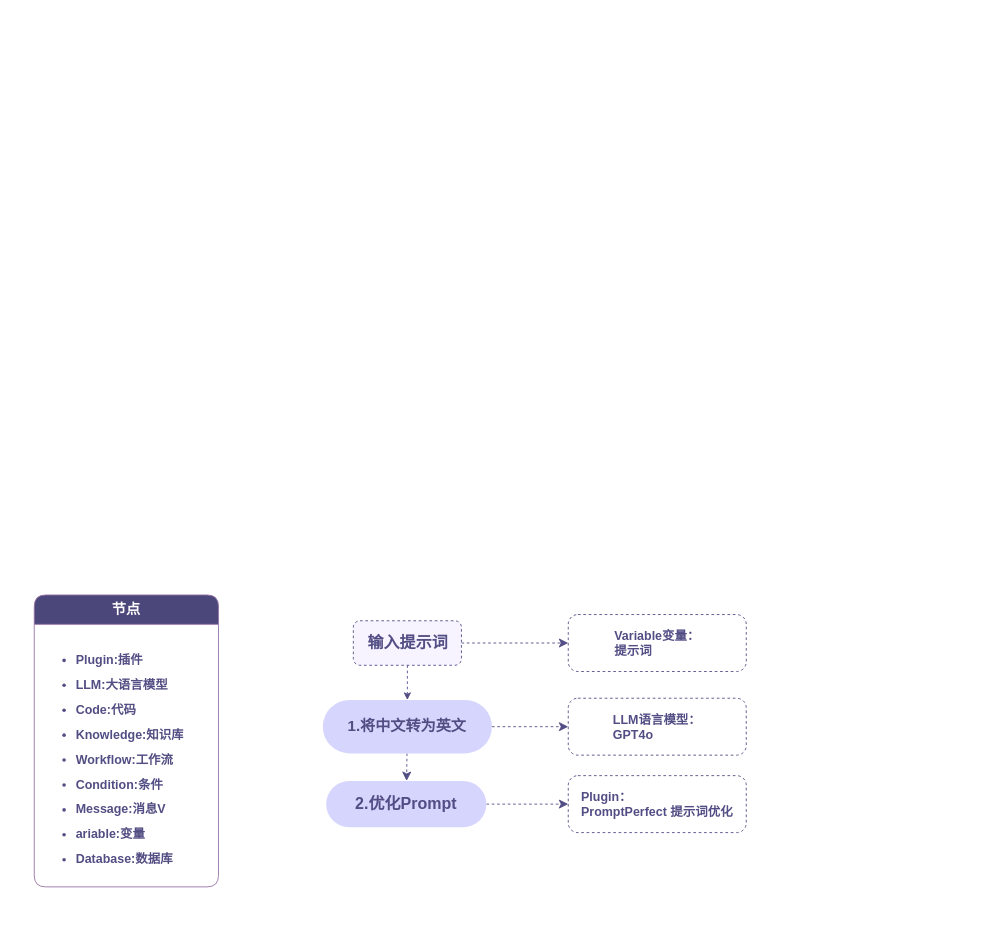
The draw.io diagram coze.drawio in 1963775891/Baize-Notes, before the edit. Source tidied: cells renumbered, new cells numbered last; positions are measured from the earlier drawing's top-left corner, leaving out a move shared by most shapes. Both pictures are drawn from the tidied source at 89%, with x=0, y=0 at pixel (34, 595).
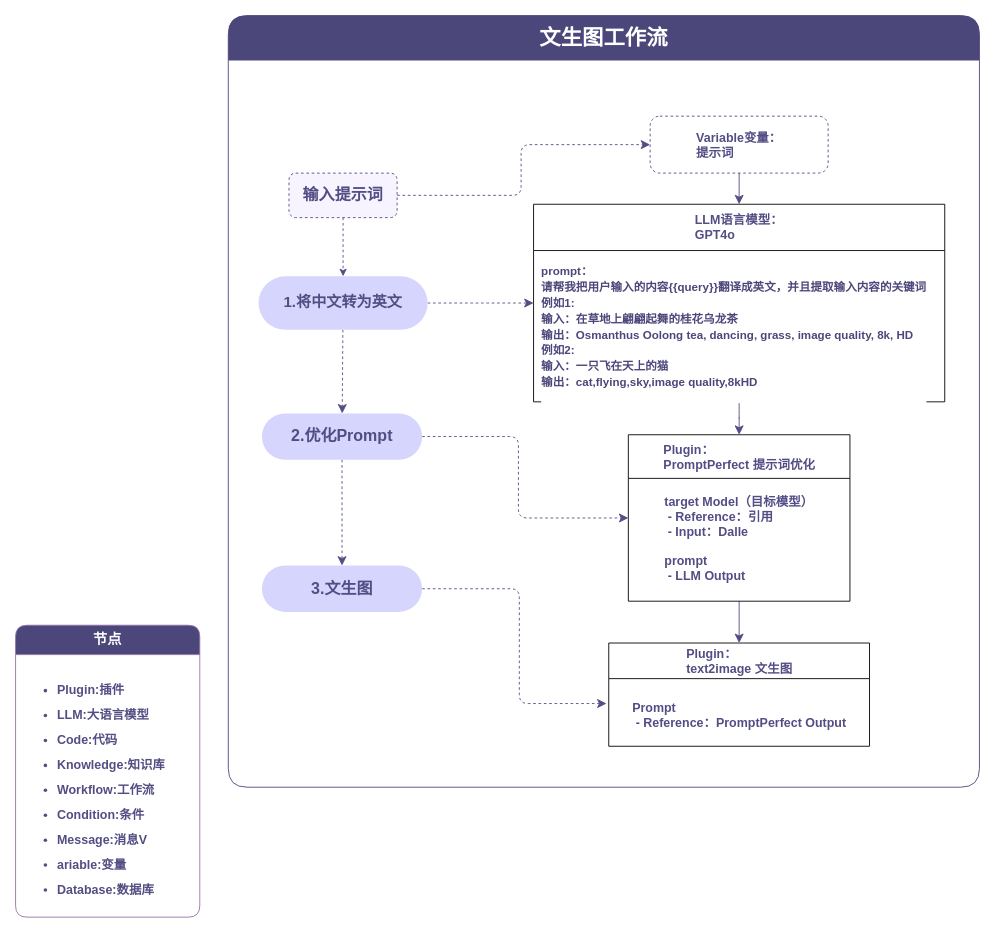
After the change.

What changed in the source:
```diff
@@
-    <mxCell id="3" style="edgeStyle=none;shape=connector;curved=0;rounded=1;jettySize=auto;html=1;exitX=1;exitY=0.5;exitDx=0;exitDy=0;entryX=0;entryY=0.5;entryDx=0;entryDy=0;dashed=1;strokeColor=#524d84;align=center;verticalAlign=middle;fontFamily=Helvetica;fontSize=12;fontColor=default;labelBackgroundColor=default;startSize=8;endArrow=classic;endFill=1;endSize=8;" parent="1" edge="1" source="4" target="10">
-      <mxGeometry relative="1" as="geometry" />
+    <mxCell id="3" style="edgeStyle=orthogonalEdgeStyle;shape=connector;rounded=1;jettySize=auto;html=1;exitX=1;exitY=0.5;exitDx=0;exitDy=0;entryX=0;entryY=0.5;entryDx=0;entryDy=0;dashed=1;strokeColor=#524d84;align=center;verticalAlign=middle;fontFamily=Helvetica;fontSize=12;fontColor=default;labelBackgroundColor=default;startSize=8;endArrow=classic;endFill=1;endSize=8;" parent="1" edge="1" source="4" target="10">
+      <mxGeometry relative="1" as="geometry">
+        <Array as="points">
+          <mxPoint x="547" y="-449" />
+          <mxPoint x="547" y="-506" />
+        </Array>
+      </mxGeometry>
     </mxCell>
     <mxCell id="4" value="&lt;div style=&quot;line-height: 1.3; font-family: &amp;quot;Chiron Sans HK Pro&amp;quot;; vertical-align: middle; color: rgb(82, 77, 132); font-size: 18px; font-weight: bold;&quot;&gt;&lt;p&gt;&lt;span style=&quot;background-image: initial; background-position: initial; background-size: initial; background-repeat: initial; background-attachment: initial; background-origin: initial; background-clip: initial;&quot;&gt;输入提示词&lt;/span&gt;&lt;/p&gt;&lt;/div&gt;" style="rounded=1;whiteSpace=wrap;html=1;fillColor=#f7f4ff;strokeColor=#524d83;fontColor=#333333;dashed=1;" parent="1" vertex="1">
-      <mxGeometry x="358.5" y="29" width="121.5" height="50" as="geometry" />
+      <mxGeometry x="286.2" y="-474" width="121.5" height="50" as="geometry" />
     </mxCell>
@@
-    <mxCell id="6" style="edgeStyle=none;shape=connector;curved=0;rounded=1;jettySize=auto;html=1;exitX=1;exitY=0.5;exitDx=0;exitDy=0;entryX=0;entryY=0.5;entryDx=0;entryDy=0;dashed=1;strokeColor=#524d84;align=center;verticalAlign=middle;fontFamily=Helvetica;fontSize=12;fontColor=default;labelBackgroundColor=default;startSize=8;endArrow=classic;endFill=1;endSize=8;" parent="1" edge="1" source="7" target="11">
-      <mxGeometry relative="1" as="geometry" />
-    </mxCell>
+    <mxCell id="16" style="edgeStyle=orthogonalEdgeStyle;shape=connector;rounded=1;jettySize=auto;html=1;exitX=1;exitY=0.5;exitDx=0;exitDy=0;entryX=0;entryY=0.5;entryDx=0;entryDy=0;dashed=1;strokeColor=#524d84;align=center;verticalAlign=middle;fontFamily=Helvetica;fontSize=12;fontColor=default;labelBackgroundColor=default;startSize=8;endArrow=classic;endFill=1;endSize=8;" parent="1" edge="1" source="7" target="21">
+      <mxGeometry relative="1" as="geometry">
+        <Array as="points">
+          <mxPoint x="501" y="-328" />
+          <mxPoint x="501" y="-328" />
+        </Array>
+      </mxGeometry>
+    </mxCell>
     <mxCell id="7" value="&lt;div style=&quot;line-height: 1.3; font-family: &amp;quot;Chiron Sans HK Pro&amp;quot;; vertical-align: middle; font-size: 17px;&quot;&gt;&lt;p style=&quot;font-size: 17px;&quot;&gt;1.将中文转为英文&lt;/p&gt;&lt;/div&gt;" style="rounded=1;whiteSpace=wrap;html=1;fillColor=#d6d5fd;strokeColor=none;arcSize=50;fontColor=#524d83;fontStyle=1;fontSize=17;" parent="1" vertex="1">
-      <mxGeometry x="324.2" y="118" width="190" height="60" as="geometry" />
+      <mxGeometry x="252" y="-358" width="190" height="60" as="geometry" />
     </mxCell>
-    <mxCell id="8" style="edgeStyle=none;shape=connector;curved=0;rounded=1;jettySize=auto;html=1;exitX=1;exitY=0.5;exitDx=0;exitDy=0;entryX=0;entryY=0.5;entryDx=0;entryDy=0;dashed=1;strokeColor=#524d84;align=center;verticalAlign=middle;fontFamily=Helvetica;fontSize=12;fontColor=default;labelBackgroundColor=default;startSize=8;endArrow=classic;endFill=1;endSize=8;" parent="1" edge="1" source="9" target="12">
-      <mxGeometry relative="1" as="geometry" />
-    </mxCell>
+    <mxCell id="17" style="edgeStyle=orthogonalEdgeStyle;shape=connector;rounded=1;jettySize=auto;html=1;dashed=1;strokeColor=#524d84;align=center;verticalAlign=middle;fontFamily=Helvetica;fontSize=12;fontColor=default;labelBackgroundColor=default;startSize=8;endArrow=classic;endFill=1;endSize=8;" parent="1" edge="1" source="9" target="25">
+      <mxGeometry relative="1" as="geometry" />
+    </mxCell>
+    <mxCell id="18" style="edgeStyle=orthogonalEdgeStyle;shape=connector;rounded=1;jettySize=auto;html=1;exitX=1;exitY=0.5;exitDx=0;exitDy=0;entryX=0;entryY=0.5;entryDx=0;entryDy=0;dashed=1;strokeColor=#524d84;align=center;verticalAlign=middle;fontFamily=Helvetica;fontSize=12;fontColor=default;labelBackgroundColor=default;startSize=8;endArrow=classic;endFill=1;endSize=8;" parent="1" edge="1" source="9" target="23">
+      <mxGeometry relative="1" as="geometry">
+        <Array as="points">
+          <mxPoint x="544" y="-178" />
+          <mxPoint x="544" y="-86" />
+        </Array>
+      </mxGeometry>
+    </mxCell>
     <mxCell id="9" value="&lt;div style=&quot;line-height: 1.3; font-family: &amp;quot;Chiron Sans HK Pro&amp;quot;; vertical-align: middle; color: rgb(82, 77, 132); font-size: 18px; font-weight: bold;&quot;&gt;&lt;div style=&quot;line-height: 1.3; vertical-align: middle;&quot;&gt;&lt;p&gt;2.优化Prompt&lt;/p&gt;&lt;/div&gt;&lt;/div&gt;" style="rounded=1;whiteSpace=wrap;html=1;fillColor=#d6d5fd;strokeColor=none;arcSize=50;align=center;verticalAlign=middle;fontFamily=Helvetica;fontSize=17;fontColor=#524d83;fontStyle=1;" parent="1" vertex="1">
-      <mxGeometry x="328" y="209" width="180" height="52" as="geometry" />
+      <mxGeometry x="255.8" y="-204" width="180" height="52" as="geometry" />
     </mxCell>
+    <mxCell id="19" style="shape=connector;rounded=1;jettySize=auto;html=1;exitX=0.5;exitY=1;exitDx=0;exitDy=0;entryX=0.5;entryY=0;entryDx=0;entryDy=0;strokeColor=#524d84;align=center;verticalAlign=middle;fontFamily=Helvetica;fontSize=12;fontColor=default;labelBackgroundColor=default;startSize=8;endArrow=classic;endFill=1;endSize=8;" parent="1" edge="1" source="10" target="21">
+      <mxGeometry relative="1" as="geometry" />
+    </mxCell>
     <mxCell id="10" value="&lt;div style=&quot;line-height: 20%; vertical-align: top; color: rgb(82, 77, 132); font-size: 14px; font-weight: bold;&quot;&gt;&lt;p style=&quot;text-align: justify; line-height: 20%; font-size: 14px;&quot;&gt;&lt;font style=&quot;font-size: 14px;&quot; face=&quot;Helvetica&quot;&gt;Variable变量：&lt;/font&gt;&lt;/p&gt;&lt;p style=&quot;text-align: justify; line-height: 20%; font-size: 14px;&quot;&gt;&lt;font style=&quot;font-size: 14px;&quot; face=&quot;aLDYF8aHoTCgzbLq1X3a&quot;&gt;提示词&lt;/font&gt;&lt;/p&gt;&lt;/div&gt;" style="rounded=1;whiteSpace=wrap;html=1;fontFamily=Helvetica;fontSize=14;fontColor=default;labelBackgroundColor=default;strokeColor=#524d84;dashed=1;strokeWidth=1;spacing=0;align=center;arcSize=17;" parent="1" vertex="1">
-      <mxGeometry x="600" y="22" width="200" height="64" as="geometry" />
+      <mxGeometry x="692" y="-538" width="200" height="64" as="geometry" />
     </mxCell>
-    <mxCell id="11" value="&lt;div style=&quot;line-height: 20%; vertical-align: top; color: rgb(82, 77, 132); font-weight: bold;&quot;&gt;&lt;div style=&quot;line-height: 20%; font-family: &amp;quot;Chiron Sans HK Pro&amp;quot;; text-align: left; vertical-align: middle;&quot;&gt;&lt;p style=&quot;line-height: 20%;&quot;&gt;LLM语言模型：&lt;/p&gt;&lt;p style=&quot;line-height: 20%;&quot;&gt;GPT4o&lt;/p&gt;&lt;/div&gt;&lt;/div&gt;" style="rounded=1;whiteSpace=wrap;html=1;fontFamily=Helvetica;fontSize=14;fontColor=default;labelBackgroundColor=default;strokeColor=#524d84;dashed=1;strokeWidth=1;spacing=0;align=center;arcSize=17;verticalAlign=middle;fillColor=default;" parent="1" vertex="1">
-      <mxGeometry x="600" y="116" width="200" height="64" as="geometry" />
-    </mxCell>
-    <mxCell id="12" value="&lt;div style=&quot;line-height: 20%; vertical-align: top; color: rgb(82, 77, 132); font-weight: bold;&quot;&gt;&lt;div style=&quot;line-height: 20%; font-family: &amp;quot;Chiron Sans HK Pro&amp;quot;; text-align: left; vertical-align: middle;&quot;&gt;&lt;div style=&quot;line-height: 20%; vertical-align: middle;&quot;&gt;&lt;p style=&quot;line-height: 20%;&quot;&gt;Plugin：&lt;/p&gt;&lt;p style=&quot;line-height: 20%;&quot;&gt;PromptPerfect 提示词优化&lt;/p&gt;&lt;/div&gt;&lt;/div&gt;&lt;/div&gt;" style="rounded=1;whiteSpace=wrap;html=1;fontFamily=Helvetica;fontSize=14;fontColor=default;labelBackgroundColor=default;strokeColor=#524d84;dashed=1;strokeWidth=1;spacing=0;align=center;arcSize=17;verticalAlign=middle;fillColor=default;" parent="1" vertex="1">
-      <mxGeometry x="600" y="203" width="200" height="64" as="geometry" />
-    </mxCell>
     <mxCell id="13" value="&lt;div style=&quot;line-height: 90%; font-family: &amp;quot;Chiron Sans HK Pro&amp;quot;; text-align: left; vertical-align: top;&quot;&gt;&lt;p style=&quot;line-height: 90%;&quot;&gt;&lt;font style=&quot;font-size: 16px;&quot;&gt;节点&lt;/font&gt;&lt;/p&gt;&lt;/div&gt;" style="swimlane;whiteSpace=wrap;html=1;fontFamily=Helvetica;fontSize=12;labelBackgroundColor=none;startSize=33;labelBorderColor=none;strokeColor=#9673a6;fillColor=#4c477a;fontColor=#ffffff;rounded=1;arcSize=13;" parent="1" vertex="1">
-      <mxGeometry width="207" height="328" as="geometry" />
+      <mxGeometry x="-21" y="34" width="207" height="328" as="geometry" />
     </mxCell>
@@
+    <mxCell id="20" style="edgeStyle=orthogonalEdgeStyle;shape=connector;rounded=1;jettySize=auto;html=1;entryX=0.5;entryY=0;entryDx=0;entryDy=0;strokeColor=#524d84;align=center;verticalAlign=middle;fontFamily=Helvetica;fontSize=12;fontColor=default;labelBackgroundColor=default;startSize=8;endArrow=classic;endFill=1;endSize=8;" parent="1" edge="1" source="21" target="23">
+      <mxGeometry relative="1" as="geometry" />
+    </mxCell>
+    <mxCell id="21" value="&lt;p style=&quot;color: rgb(82, 77, 132); font-family: &amp;quot;Chiron Sans HK Pro&amp;quot;; font-size: 14px; text-align: left; line-height: 2.8px;&quot;&gt;LLM语言模型：&lt;/p&gt;&lt;p style=&quot;color: rgb(82, 77, 132); font-family: &amp;quot;Chiron Sans HK Pro&amp;quot;; font-size: 14px; text-align: left; line-height: 2.8px;&quot;&gt;GPT4o&lt;/p&gt;" style="swimlane;whiteSpace=wrap;html=1;fontFamily=Helvetica;fontSize=12;fontColor=default;labelBackgroundColor=none;startSize=52;fillColor=none;" parent="1" vertex="1">
+      <mxGeometry x="561" y="-439" width="462" height="222" as="geometry" />
+    </mxCell>
+    <mxCell id="11" value="&lt;div style=&quot;line-height: 20%; vertical-align: top;&quot;&gt;&lt;div style=&quot;line-height: 130%; vertical-align: middle;&quot;&gt;&lt;pre style=&quot;line-height: 130%;&quot;&gt;&lt;font face=&quot;Helvetica&quot; style=&quot;&quot;&gt;&lt;b style=&quot;font-size: 13px;&quot;&gt;prompt：&lt;br style=&quot;font-size: 13px;&quot;&gt;请帮我把用户输入的内容{{query}}翻译成英文，并且提取输入内容的关键词&lt;br style=&quot;font-size: 13px;&quot;&gt;例如1:&lt;br style=&quot;font-size: 13px;&quot;&gt;输入：&lt;/b&gt;&lt;b&gt;在草地上翩翩起舞的桂花乌龙茶&lt;/b&gt;&lt;b style=&quot;font-size: 13px;&quot;&gt;&lt;br style=&quot;font-size: 13px;&quot;&gt;输出：&lt;/b&gt;&lt;b&gt;Osmanthus Oolong tea, dancing, grass, image quality, 8k, HD&lt;/b&gt;&lt;b style=&quot;font-size: 13px;&quot;&gt;&lt;br style=&quot;font-size: 13px;&quot;&gt;例如2:&lt;br style=&quot;font-size: 13px;&quot;&gt;输入：一只飞在天上的猫&lt;br style=&quot;font-size: 13px;&quot;&gt;输出：cat,flying,sky,image quality,8kHD&lt;/b&gt;&lt;/font&gt;&lt;/pre&gt;&lt;/div&gt;&lt;/div&gt;" style="rounded=0;html=1;fontFamily=Helvetica;fontSize=13;fontColor=#4c477a;labelBackgroundColor=default;strokeColor=none;dashed=1;strokeWidth=1;spacing=0;align=left;arcSize=0;verticalAlign=middle;fillColor=none;whiteSpace=wrap;horizontal=1;" parent="21" vertex="1">
+      <mxGeometry x="9" y="63" width="444" height="152" as="geometry" />
+    </mxCell>
+    <mxCell id="22" style="edgeStyle=orthogonalEdgeStyle;shape=connector;rounded=1;jettySize=auto;html=1;exitX=0.5;exitY=1;exitDx=0;exitDy=0;entryX=0.5;entryY=0;entryDx=0;entryDy=0;strokeColor=#524d84;align=center;verticalAlign=middle;fontFamily=Helvetica;fontSize=12;fontColor=default;labelBackgroundColor=default;startSize=8;endArrow=classic;endFill=1;endSize=8;" parent="1" edge="1" source="23" target="26">
+      <mxGeometry relative="1" as="geometry" />
+    </mxCell>
+    <mxCell id="23" value="&lt;p style=&quot;color: rgb(82, 77, 132); font-family: &amp;quot;Chiron Sans HK Pro&amp;quot;; font-size: 14px; text-align: left; line-height: 2.8px;&quot;&gt;Plugin：&lt;/p&gt;&lt;p style=&quot;color: rgb(82, 77, 132); font-family: &amp;quot;Chiron Sans HK Pro&amp;quot;; font-size: 14px; text-align: left; line-height: 2.8px;&quot;&gt;PromptPerfect 提示词优化&lt;/p&gt;" style="swimlane;whiteSpace=wrap;html=1;fontFamily=Helvetica;fontSize=12;fontColor=default;labelBackgroundColor=none;startSize=49;" parent="1" vertex="1">
+      <mxGeometry x="667.5" y="-180" width="249" height="187" as="geometry" />
+    </mxCell>
+    <mxCell id="12" value="&lt;div style=&quot;line-height: 20%; vertical-align: top;&quot;&gt;&lt;div style=&quot;line-height: 20%; text-align: left; vertical-align: middle;&quot;&gt;&lt;div style=&quot;line-height: 20%; vertical-align: middle;&quot;&gt;&lt;p style=&quot;line-height: 20%;&quot;&gt;&lt;font face=&quot;Chiron Sans HK Pro&quot; color=&quot;#524d84&quot;&gt;&lt;b&gt;target Model（目标模型）&lt;/b&gt;&lt;/font&gt;&lt;/p&gt;&lt;p style=&quot;line-height: 20%;&quot;&gt;&lt;font face=&quot;Chiron Sans HK Pro&quot; color=&quot;#524d84&quot;&gt;&lt;b&gt;&amp;nbsp;- Reference：引用&lt;/b&gt;&lt;/font&gt;&lt;/p&gt;&lt;p style=&quot;line-height: 20%;&quot;&gt;&lt;font face=&quot;Chiron Sans HK Pro&quot; color=&quot;#524d84&quot;&gt;&lt;b&gt;&amp;nbsp;- Input：Dalle&lt;/b&gt;&lt;/font&gt;&lt;/p&gt;&lt;p style=&quot;line-height: 20%;&quot;&gt;&lt;font face=&quot;Chiron Sans HK Pro&quot; color=&quot;#524d84&quot;&gt;&lt;b&gt;&lt;br&gt;&lt;/b&gt;&lt;/font&gt;&lt;/p&gt;&lt;p style=&quot;line-height: 20%;&quot;&gt;&lt;font face=&quot;Chiron Sans HK Pro&quot; color=&quot;#524d84&quot;&gt;&lt;b&gt;prompt&lt;/b&gt;&lt;/font&gt;&lt;/p&gt;&lt;p style=&quot;line-height: 20%;&quot;&gt;&lt;font face=&quot;Chiron Sans HK Pro&quot; color=&quot;#524d84&quot;&gt;&lt;b&gt;&amp;nbsp;- LLM Output&lt;/b&gt;&lt;/font&gt;&lt;/p&gt;&lt;/div&gt;&lt;/div&gt;&lt;/div&gt;" style="rounded=1;whiteSpace=wrap;html=1;fontFamily=Helvetica;fontSize=14;fontColor=default;labelBackgroundColor=default;strokeColor=none;dashed=1;strokeWidth=1;spacing=0;align=center;arcSize=17;verticalAlign=middle;fillColor=none;" parent="23" vertex="1">
+      <mxGeometry x="24.5" y="58" width="200" height="118" as="geometry" />
+    </mxCell>
+    <mxCell id="24" style="edgeStyle=orthogonalEdgeStyle;shape=connector;rounded=1;jettySize=auto;html=1;exitX=1;exitY=0.5;exitDx=0;exitDy=0;dashed=1;strokeColor=#524d84;align=center;verticalAlign=middle;fontFamily=Helvetica;fontSize=12;fontColor=default;labelBackgroundColor=default;startSize=8;endArrow=classic;endFill=1;endSize=8;" parent="1" edge="1" source="25">
+      <mxGeometry relative="1" as="geometry">
+        <mxPoint x="643" y="122" as="targetPoint" />
+        <Array as="points">
+          <mxPoint x="545" y="-7" />
+          <mxPoint x="545" y="122" />
+        </Array>
+      </mxGeometry>
+    </mxCell>
+    <mxCell id="25" value="&lt;div style=&quot;line-height: 1.3; font-family: &amp;quot;Chiron Sans HK Pro&amp;quot;; vertical-align: middle; color: rgb(82, 77, 132); font-size: 18px; font-weight: bold;&quot;&gt;&lt;div style=&quot;line-height: 1.3; vertical-align: middle;&quot;&gt;&lt;p&gt;3.文生图&lt;/p&gt;&lt;/div&gt;&lt;/div&gt;" style="rounded=1;whiteSpace=wrap;html=1;fillColor=#d6d5fd;strokeColor=none;arcSize=50;align=center;verticalAlign=middle;fontFamily=Helvetica;fontSize=17;fontColor=#524d83;fontStyle=1;" parent="1" vertex="1">
+      <mxGeometry x="255.8" y="-33" width="180" height="52" as="geometry" />
+    </mxCell>
+    <mxCell id="26" value="&lt;p style=&quot;color: rgb(82, 77, 132); font-family: &amp;quot;Chiron Sans HK Pro&amp;quot;; font-size: 14px; text-align: left; line-height: 2.8px;&quot;&gt;Plugin：&lt;/p&gt;&lt;p style=&quot;color: rgb(82, 77, 132); font-family: &amp;quot;Chiron Sans HK Pro&amp;quot;; font-size: 14px; text-align: left; line-height: 2.8px;&quot;&gt;text2image 文生图&lt;/p&gt;" style="swimlane;whiteSpace=wrap;html=1;fontFamily=Helvetica;fontSize=12;fontColor=default;labelBackgroundColor=none;startSize=40;" parent="1" vertex="1">
+      <mxGeometry x="645.5" y="54" width="293" height="116" as="geometry" />
+    </mxCell>
+    <mxCell id="27" value="&lt;div style=&quot;line-height: 20%; vertical-align: top;&quot;&gt;&lt;div style=&quot;line-height: 20%; text-align: left; vertical-align: middle;&quot;&gt;&lt;div style=&quot;line-height: 20%; vertical-align: middle;&quot;&gt;&lt;p style=&quot;line-height: 20%;&quot;&gt;&lt;font face=&quot;Chiron Sans HK Pro&quot; color=&quot;#524d84&quot;&gt;&lt;b&gt;Prompt&lt;/b&gt;&lt;/font&gt;&lt;/p&gt;&lt;p style=&quot;line-height: 20%;&quot;&gt;&lt;font face=&quot;Chiron Sans HK Pro&quot; color=&quot;#524d84&quot;&gt;&lt;b&gt;&amp;nbsp;- Reference：&lt;/b&gt;&lt;/font&gt;&lt;span style=&quot;color: rgb(82, 77, 132); font-family: &amp;quot;Chiron Sans HK Pro&amp;quot;; font-weight: 700;&quot;&gt;PromptPerfect&amp;nbsp;&lt;/span&gt;&lt;b style=&quot;color: rgb(82, 77, 132); font-family: &amp;quot;Chiron Sans HK Pro&amp;quot;;&quot;&gt;Output&lt;/b&gt;&lt;/p&gt;&lt;/div&gt;&lt;/div&gt;&lt;/div&gt;" style="rounded=1;whiteSpace=wrap;html=1;fontFamily=Helvetica;fontSize=14;fontColor=default;labelBackgroundColor=default;strokeColor=none;dashed=1;strokeWidth=1;spacing=0;align=center;arcSize=17;verticalAlign=middle;fillColor=none;" parent="26" vertex="1">
+      <mxGeometry x="9" y="54" width="275" height="54" as="geometry" />
+    </mxCell>
+    <mxCell id="28" value="文生图工作流" style="swimlane;whiteSpace=wrap;html=1;fontFamily=Helvetica;fontSize=24;labelBackgroundColor=none;startSize=50;fillColor=#4c477a;strokeColor=#4c477a;fontColor=#FFFFFF;rounded=1;arcSize=14;" parent="1" vertex="1">
+      <mxGeometry x="218" y="-651" width="844" height="867" as="geometry" />
+    </mxCell>
```
